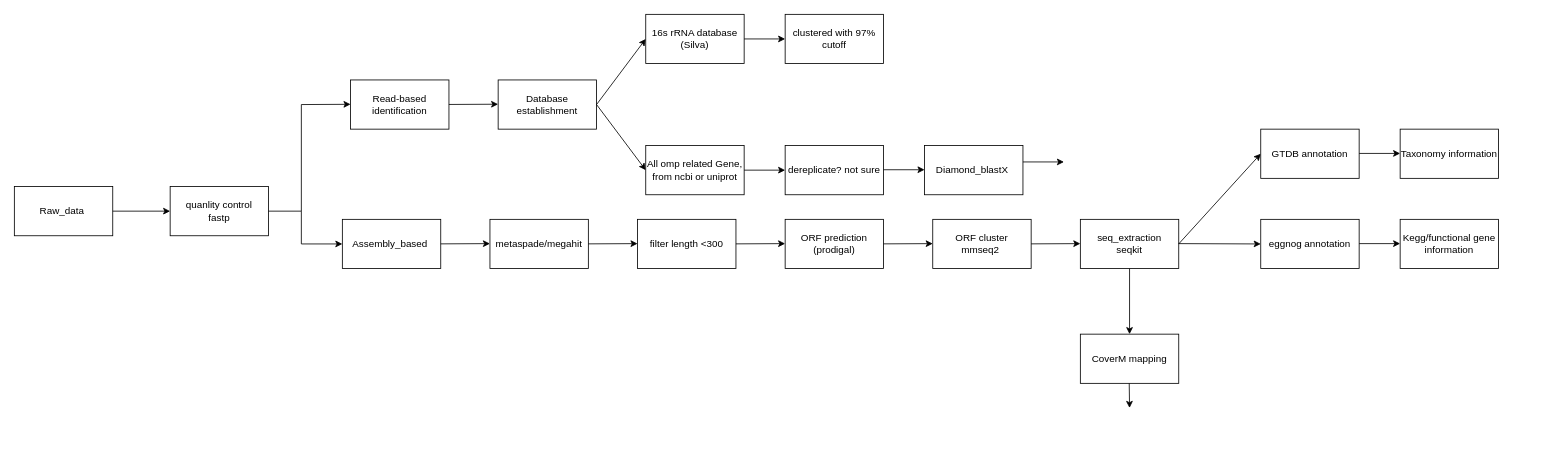
Earlier version of the draw.io diagram Untitled Diagram.drawio (XuhanDeng/OMPs_Metagenomics_pipeline). Source tidied: cells renumbered, new cells numbered last; positions are measured from the earlier drawing's top-left corner, leaving out a move shared by most shapes. Both pictures are drawn from the tidied source at 82%, with x=0, y=0 at pixel (14, 14).
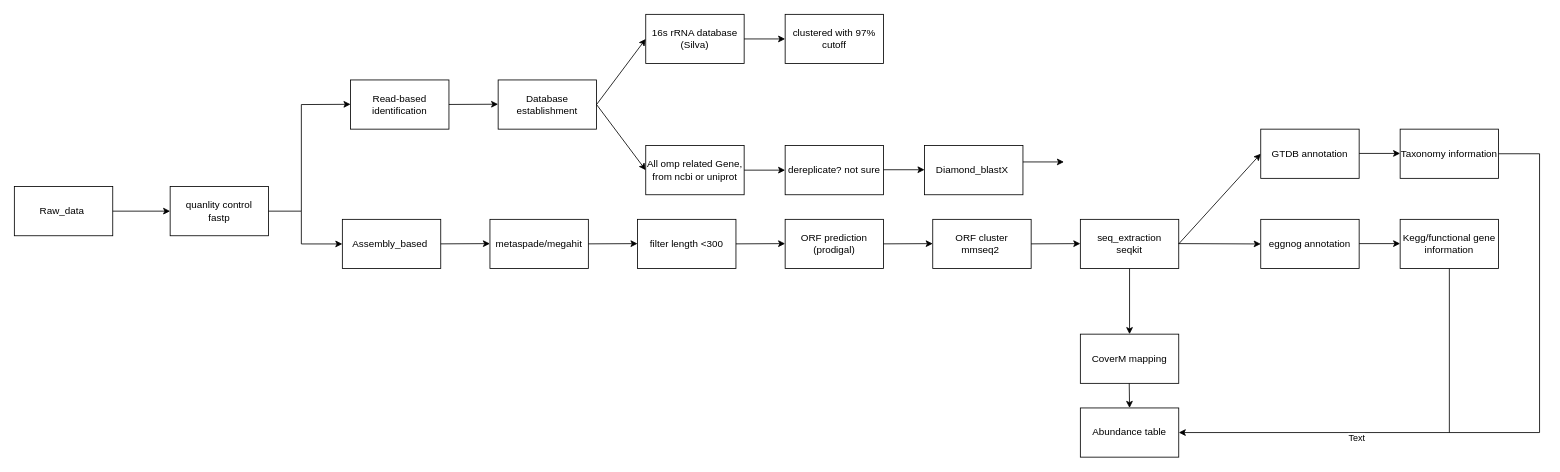
The same page after the edit.

Unchanged cells that the change refers to:
```xml
<mxCell id="40" value="Taxonomy information" style="rounded=0;whiteSpace=wrap;html=1;" parent="1" vertex="1">
  <mxGeometry x="1690" y="140" width="120" height="60" as="geometry" />
</mxCell>
<mxCell id="42" value="Kegg/functional gene information" style="rounded=0;whiteSpace=wrap;html=1;" parent="1" vertex="1">
  <mxGeometry x="1690" y="250" width="120" height="60" as="geometry" />
</mxCell>
```

The edit, as a diff of the source:
```diff
@@
+    <mxCell id="46" value="&lt;div&gt;Abundance table&lt;/div&gt;" style="rounded=0;whiteSpace=wrap;html=1;" parent="1" vertex="1">
+      <mxGeometry x="1300" y="480" width="120" height="60" as="geometry" />
+    </mxCell>
+    <mxCell id="47" style="endArrow=classic;html=1;rounded=0;entryX=1;entryY=0.5;entryDx=0;entryDy=0;" parent="1" edge="1" target="46">
+      <mxGeometry relative="1" as="geometry">
+        <mxPoint x="1860" y="510" as="sourcePoint" />
+      </mxGeometry>
+    </mxCell>
+    <mxCell id="48" value="Text" style="edgeLabel;html=1;align=center;verticalAlign=middle;" parent="47" vertex="1">
+      <mxGeometry x="0.02" y="6" relative="1" as="geometry" />
+    </mxCell>
+    <mxCell id="49" style="endArrow=none;html=1;rounded=0;exitX=0.5;exitY=1;exitDx=0;exitDy=0;" parent="1" edge="1" source="42">
+      <mxGeometry relative="1" as="geometry">
+        <mxPoint x="1750" y="510" as="targetPoint" />
+      </mxGeometry>
+    </mxCell>
+    <mxCell id="50" style="endArrow=none;html=1;rounded=0;exitX=0.5;exitY=1;exitDx=0;exitDy=0;" parent="1" edge="1">
+      <mxGeometry relative="1" as="geometry">
+        <mxPoint x="1860" y="170" as="sourcePoint" />
+        <mxPoint x="1860" y="510" as="targetPoint" />
+      </mxGeometry>
+    </mxCell>
+    <mxCell id="51" style="endArrow=none;html=1;rounded=0;exitX=1;exitY=0.5;exitDx=0;exitDy=0;" parent="1" edge="1" source="40">
+      <mxGeometry relative="1" as="geometry">
+        <mxPoint x="1860" y="170" as="targetPoint" />
+      </mxGeometry>
+    </mxCell>
```
